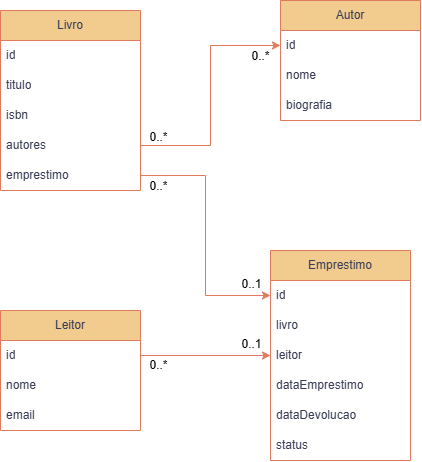
Before: src/main/resources/diagrama/biblioteca.png, a diagram exported from draw.io (WilkerVinicios/teste). Source tidied: cells renumbered, new cells last; positions are measured from the earlier drawing's top-left corner, leaving out a move shared by most shapes.
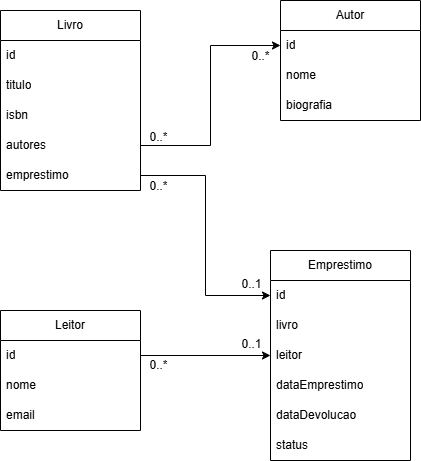
The same file after the commit.

Commit message:
Ajuste no arquivo para melhor visualização no repositorio.

What changed in the source:
```diff
@@ -2,94 +2,94 @@
   <root>
     <mxCell id="0" />
     <mxCell id="1" parent="0" />
-    <mxCell id="2" value="Livro" style="swimlane;fontStyle=0;horizontal=1;startSize=30;whiteSpace=wrap;html=1;labelBackgroundColor=none;fillColor=#F2CC8F;strokeColor=#E07A5F;fontColor=#393C56;rounded=0;" parent="1" vertex="1">
+    <mxCell id="2" value="Livro" style="swimlane;fontStyle=0;horizontal=1;startSize=30;whiteSpace=wrap;html=1;labelBackgroundColor=none;rounded=0;" parent="1" vertex="1">
       <mxGeometry y="10" width="140" height="180" as="geometry" />
     </mxCell>
-    <mxCell id="3" value="id" style="text;strokeColor=none;fillColor=none;align=left;verticalAlign=middle;spacingLeft=4;spacingRight=4;overflow=hidden;whiteSpace=wrap;html=1;labelBackgroundColor=none;fontColor=#393C56;rounded=0;" parent="2" vertex="1">
+    <mxCell id="3" value="id" style="text;strokeColor=none;fillColor=none;align=left;verticalAlign=middle;spacingLeft=4;spacingRight=4;overflow=hidden;whiteSpace=wrap;html=1;labelBackgroundColor=none;rounded=0;" parent="2" vertex="1">
       <mxGeometry y="30" width="140" height="30" as="geometry" />
     </mxCell>
-    <mxCell id="4" value="titulo" style="text;strokeColor=none;fillColor=none;align=left;verticalAlign=middle;spacingLeft=4;spacingRight=4;overflow=hidden;whiteSpace=wrap;html=1;labelBackgroundColor=none;fontColor=#393C56;rounded=0;" parent="2" vertex="1">
+    <mxCell id="4" value="titulo" style="text;strokeColor=none;fillColor=none;align=left;verticalAlign=middle;spacingLeft=4;spacingRight=4;overflow=hidden;whiteSpace=wrap;html=1;labelBackgroundColor=none;rounded=0;" parent="2" vertex="1">
       <mxGeometry y="60" width="140" height="30" as="geometry" />
     </mxCell>
-    <mxCell id="5" value="isbn" style="text;strokeColor=none;fillColor=none;align=left;verticalAlign=middle;spacingLeft=4;spacingRight=4;overflow=hidden;whiteSpace=wrap;html=1;labelBackgroundColor=none;fontColor=#393C56;rounded=0;" parent="2" vertex="1">
+    <mxCell id="5" value="isbn" style="text;strokeColor=none;fillColor=none;align=left;verticalAlign=middle;spacingLeft=4;spacingRight=4;overflow=hidden;whiteSpace=wrap;html=1;labelBackgroundColor=none;rounded=0;" parent="2" vertex="1">
       <mxGeometry y="90" width="140" height="30" as="geometry" />
     </mxCell>
-    <mxCell id="6" value="autores" style="text;strokeColor=none;fillColor=none;align=left;verticalAlign=middle;spacingLeft=4;spacingRight=4;overflow=hidden;points=[[0,0.5],[1,0.5]];portConstraint=eastwest;whiteSpace=wrap;html=1;labelBackgroundColor=none;fontColor=#393C56;rounded=0;" parent="2" vertex="1">
+    <mxCell id="6" value="autores" style="text;strokeColor=none;fillColor=none;align=left;verticalAlign=middle;spacingLeft=4;spacingRight=4;overflow=hidden;points=[[0,0.5],[1,0.5]];portConstraint=eastwest;whiteSpace=wrap;html=1;labelBackgroundColor=none;rounded=0;" parent="2" vertex="1">
       <mxGeometry y="120" width="140" height="30" as="geometry" />
     </mxCell>
-    <mxCell id="7" value="emprestimo" style="text;strokeColor=none;fillColor=none;align=left;verticalAlign=middle;spacingLeft=4;spacingRight=4;overflow=hidden;points=[[0,0.5],[1,0.5]];portConstraint=eastwest;whiteSpace=wrap;html=1;labelBackgroundColor=none;fontColor=#393C56;rounded=0;" parent="2" vertex="1">
+    <mxCell id="7" value="emprestimo" style="text;strokeColor=none;fillColor=none;align=left;verticalAlign=middle;spacingLeft=4;spacingRight=4;overflow=hidden;points=[[0,0.5],[1,0.5]];portConstraint=eastwest;whiteSpace=wrap;html=1;labelBackgroundColor=none;rounded=0;" parent="2" vertex="1">
       <mxGeometry y="150" width="140" height="30" as="geometry" />
     </mxCell>
-    <mxCell id="8" value="Autor" style="swimlane;fontStyle=0;horizontal=1;startSize=30;whiteSpace=wrap;html=1;labelBackgroundColor=none;fillColor=#F2CC8F;strokeColor=#E07A5F;fontColor=#393C56;rounded=0;" parent="1" vertex="1">
+    <mxCell id="8" value="Autor" style="swimlane;fontStyle=0;horizontal=1;startSize=30;whiteSpace=wrap;html=1;labelBackgroundColor=none;rounded=0;" parent="1" vertex="1">
       <mxGeometry x="280" width="140" height="120" as="geometry" />
     </mxCell>
-    <mxCell id="9" value="id" style="text;strokeColor=none;fillColor=none;align=left;verticalAlign=middle;spacingLeft=4;spacingRight=4;overflow=hidden;points=[[0,0.5],[1,0.5]];portConstraint=eastwest;whiteSpace=wrap;html=1;labelBackgroundColor=none;fontColor=#393C56;rounded=0;" parent="8" vertex="1">
+    <mxCell id="9" value="id" style="text;strokeColor=none;fillColor=none;align=left;verticalAlign=middle;spacingLeft=4;spacingRight=4;overflow=hidden;points=[[0,0.5],[1,0.5]];portConstraint=eastwest;whiteSpace=wrap;html=1;labelBackgroundColor=none;rounded=0;" parent="8" vertex="1">
       <mxGeometry y="30" width="140" height="30" as="geometry" />
     </mxCell>
-    <mxCell id="10" value="nome" style="text;strokeColor=none;fillColor=none;align=left;verticalAlign=middle;spacingLeft=4;spacingRight=4;overflow=hidden;whiteSpace=wrap;html=1;labelBackgroundColor=none;fontColor=#393C56;rounded=0;" parent="8" vertex="1">
+    <mxCell id="10" value="nome" style="text;strokeColor=none;fillColor=none;align=left;verticalAlign=middle;spacingLeft=4;spacingRight=4;overflow=hidden;whiteSpace=wrap;html=1;labelBackgroundColor=none;rounded=0;" parent="8" vertex="1">
       <mxGeometry y="60" width="140" height="30" as="geometry" />
     </mxCell>
-    <mxCell id="11" value="biografia" style="text;strokeColor=none;fillColor=none;align=left;verticalAlign=middle;spacingLeft=4;spacingRight=4;overflow=hidden;whiteSpace=wrap;html=1;labelBackgroundColor=none;fontColor=#393C56;rounded=0;" parent="8" vertex="1">
+    <mxCell id="11" value="biografia" style="text;strokeColor=none;fillColor=none;align=left;verticalAlign=middle;spacingLeft=4;spacingRight=4;overflow=hidden;whiteSpace=wrap;html=1;labelBackgroundColor=none;rounded=0;" parent="8" vertex="1">
       <mxGeometry y="90" width="140" height="30" as="geometry" />
     </mxCell>
-    <mxCell id="12" value="Leitor" style="swimlane;fontStyle=0;horizontal=1;startSize=30;whiteSpace=wrap;html=1;labelBackgroundColor=none;fillColor=#F2CC8F;strokeColor=#E07A5F;fontColor=#393C56;rounded=0;" parent="1" vertex="1">
+    <mxCell id="12" value="Leitor" style="swimlane;fontStyle=0;horizontal=1;startSize=30;whiteSpace=wrap;html=1;labelBackgroundColor=none;rounded=0;" parent="1" vertex="1">
       <mxGeometry y="310" width="140" height="120" as="geometry" />
     </mxCell>
-    <mxCell id="13" value="id" style="text;strokeColor=none;fillColor=none;align=left;verticalAlign=middle;spacingLeft=4;spacingRight=4;overflow=hidden;points=[[0,0.5],[1,0.5]];portConstraint=eastwest;whiteSpace=wrap;html=1;labelBackgroundColor=none;fontColor=#393C56;rounded=0;" parent="12" vertex="1">
+    <mxCell id="13" value="id" style="text;strokeColor=none;fillColor=none;align=left;verticalAlign=middle;spacingLeft=4;spacingRight=4;overflow=hidden;points=[[0,0.5],[1,0.5]];portConstraint=eastwest;whiteSpace=wrap;html=1;labelBackgroundColor=none;rounded=0;" parent="12" vertex="1">
       <mxGeometry y="30" width="140" height="30" as="geometry" />
     </mxCell>
-    <mxCell id="14" value="nome" style="text;strokeColor=none;fillColor=none;align=left;verticalAlign=middle;spacingLeft=4;spacingRight=4;overflow=hidden;whiteSpace=wrap;html=1;labelBackgroundColor=none;fontColor=#393C56;rounded=0;" parent="12" vertex="1">
+    <mxCell id="14" value="nome" style="text;strokeColor=none;fillColor=none;align=left;verticalAlign=middle;spacingLeft=4;spacingRight=4;overflow=hidden;whiteSpace=wrap;html=1;labelBackgroundColor=none;rounded=0;" parent="12" vertex="1">
       <mxGeometry y="60" width="140" height="30" as="geometry" />
     </mxCell>
-    <mxCell id="15" value="email" style="text;strokeColor=none;fillColor=none;align=left;verticalAlign=middle;spacingLeft=4;spacingRight=4;overflow=hidden;whiteSpace=wrap;html=1;labelBackgroundColor=none;fontColor=#393C56;rounded=0;" parent="12" vertex="1">
+    <mxCell id="15" value="email" style="text;strokeColor=none;fillColor=none;align=left;verticalAlign=middle;spacingLeft=4;spacingRight=4;overflow=hidden;whiteSpace=wrap;html=1;labelBackgroundColor=none;rounded=0;" parent="12" vertex="1">
       <mxGeometry y="90" width="140" height="30" as="geometry" />
     </mxCell>
-    <mxCell id="16" value="Emprestimo" style="swimlane;fontStyle=0;horizontal=1;startSize=30;whiteSpace=wrap;html=1;labelBackgroundColor=none;fillColor=#F2CC8F;strokeColor=#E07A5F;fontColor=#393C56;rounded=0;" parent="1" vertex="1">
+    <mxCell id="16" value="Emprestimo" style="swimlane;fontStyle=0;horizontal=1;startSize=30;whiteSpace=wrap;html=1;labelBackgroundColor=none;rounded=0;" parent="1" vertex="1">
       <mxGeometry x="270" y="250" width="140" height="210" as="geometry" />
     </mxCell>
-    <mxCell id="17" value="id" style="text;strokeColor=none;fillColor=none;align=left;verticalAlign=middle;spacingLeft=4;spacingRight=4;overflow=hidden;points=[[0,0.5],[1,0.5]];portConstraint=eastwest;whiteSpace=wrap;html=1;labelBackgroundColor=none;fontColor=#393C56;rounded=0;" parent="16" vertex="1">
+    <mxCell id="17" value="id" style="text;strokeColor=none;fillColor=none;align=left;verticalAlign=middle;spacingLeft=4;spacingRight=4;overflow=hidden;points=[[0,0.5],[1,0.5]];portConstraint=eastwest;whiteSpace=wrap;html=1;labelBackgroundColor=none;rounded=0;" parent="16" vertex="1">
       <mxGeometry y="30" width="140" height="30" as="geometry" />
     </mxCell>
-    <mxCell id="18" value="livro" style="text;strokeColor=none;fillColor=none;align=left;verticalAlign=middle;spacingLeft=4;spacingRight=4;overflow=hidden;whiteSpace=wrap;html=1;labelBackgroundColor=none;fontColor=#393C56;rounded=0;" parent="16" vertex="1">
+    <mxCell id="18" value="livro" style="text;strokeColor=none;fillColor=none;align=left;verticalAlign=middle;spacingLeft=4;spacingRight=4;overflow=hidden;whiteSpace=wrap;html=1;labelBackgroundColor=none;rounded=0;" parent="16" vertex="1">
       <mxGeometry y="60" width="140" height="30" as="geometry" />
     </mxCell>
-    <mxCell id="19" value="leitor" style="text;strokeColor=none;fillColor=none;align=left;verticalAlign=middle;spacingLeft=4;spacingRight=4;overflow=hidden;points=[[0,0.5],[1,0.5]];portConstraint=eastwest;whiteSpace=wrap;html=1;labelBackgroundColor=none;fontColor=#393C56;rounded=0;" parent="16" vertex="1">
+    <mxCell id="19" value="leitor" style="text;strokeColor=none;fillColor=none;align=left;verticalAlign=middle;spacingLeft=4;spacingRight=4;overflow=hidden;points=[[0,0.5],[1,0.5]];portConstraint=eastwest;whiteSpace=wrap;html=1;labelBackgroundColor=none;rounded=0;" parent="16" vertex="1">
       <mxGeometry y="90" width="140" height="30" as="geometry" />
     </mxCell>
-    <mxCell id="20" value="dataEmprestimo" style="text;strokeColor=none;fillColor=none;align=left;verticalAlign=middle;spacingLeft=4;spacingRight=4;overflow=hidden;whiteSpace=wrap;html=1;labelBackgroundColor=none;fontColor=#393C56;rounded=0;" parent="16" vertex="1">
+    <mxCell id="20" value="dataEmprestimo" style="text;strokeColor=none;fillColor=none;align=left;verticalAlign=middle;spacingLeft=4;spacingRight=4;overflow=hidden;whiteSpace=wrap;html=1;labelBackgroundColor=none;rounded=0;" parent="16" vertex="1">
       <mxGeometry y="120" width="140" height="30" as="geometry" />
     </mxCell>
-    <mxCell id="21" value="dataDevolucao" style="text;strokeColor=none;fillColor=none;align=left;verticalAlign=middle;spacingLeft=4;spacingRight=4;overflow=hidden;whiteSpace=wrap;html=1;labelBackgroundColor=none;fontColor=#393C56;rounded=0;" parent="16" vertex="1">
+    <mxCell id="21" value="dataDevolucao" style="text;strokeColor=none;fillColor=none;align=left;verticalAlign=middle;spacingLeft=4;spacingRight=4;overflow=hidden;whiteSpace=wrap;html=1;labelBackgroundColor=none;rounded=0;" parent="16" vertex="1">
       <mxGeometry y="150" width="140" height="30" as="geometry" />
     </mxCell>
-    <mxCell id="22" value="status" style="text;strokeColor=none;fillColor=none;align=left;verticalAlign=middle;spacingLeft=4;spacingRight=4;overflow=hidden;whiteSpace=wrap;html=1;labelBackgroundColor=none;fontColor=#393C56;rounded=0;" parent="16" vertex="1">
+    <mxCell id="22" value="status" style="text;strokeColor=none;fillColor=none;align=left;verticalAlign=middle;spacingLeft=4;spacingRight=4;overflow=hidden;whiteSpace=wrap;html=1;labelBackgroundColor=none;rounded=0;" parent="16" vertex="1">
       <mxGeometry y="180" width="140" height="30" as="geometry" />
     </mxCell>
-    <mxCell id="23" style="edgeStyle=orthogonalEdgeStyle;rounded=0;jettySize=auto;html=1;labelBackgroundColor=none;strokeColor=#E07A5F;fontColor=default;" parent="1" edge="1" source="6" target="9">
+    <mxCell id="23" style="edgeStyle=orthogonalEdgeStyle;rounded=0;jettySize=auto;html=1;labelBackgroundColor=none;fontColor=default;" parent="1" edge="1" source="6" target="9">
       <mxGeometry relative="1" as="geometry" />
     </mxCell>
-    <mxCell id="24" style="edgeStyle=orthogonalEdgeStyle;rounded=0;jettySize=auto;html=1;exitX=1;exitY=0.5;exitDx=0;exitDy=0;labelBackgroundColor=none;strokeColor=#E07A5F;fontColor=default;" parent="1" edge="1" source="7" target="17">
+    <mxCell id="24" style="edgeStyle=orthogonalEdgeStyle;rounded=0;jettySize=auto;html=1;exitX=1;exitY=0.5;exitDx=0;exitDy=0;labelBackgroundColor=none;fontColor=default;" parent="1" edge="1" source="7" target="17">
       <mxGeometry relative="1" as="geometry" />
     </mxCell>
-    <mxCell id="25" style="edgeStyle=orthogonalEdgeStyle;rounded=0;jettySize=auto;html=1;exitX=1;exitY=0.5;exitDx=0;exitDy=0;labelBackgroundColor=none;strokeColor=#E07A5F;fontColor=default;" parent="1" edge="1" source="13" target="19">
+    <mxCell id="25" style="edgeStyle=orthogonalEdgeStyle;rounded=0;jettySize=auto;html=1;exitX=1;exitY=0.5;exitDx=0;exitDy=0;labelBackgroundColor=none;fontColor=default;" parent="1" edge="1" source="13" target="19">
       <mxGeometry relative="1" as="geometry" />
     </mxCell>
-    <mxCell id="26" value="0..*" style="text;html=1;align=center;verticalAlign=middle;strokeColor=none;fillColor=none;" parent="1" vertex="1">
+    <mxCell id="26" value="0..*" style="text;html=1;align=center;verticalAlign=middle;strokeColor=none;fillColor=none;labelBackgroundColor=none;" parent="1" vertex="1">
       <mxGeometry x="140" y="352" width="36" height="26" as="geometry" />
     </mxCell>
-    <mxCell id="27" value="0..1" style="text;html=1;align=center;verticalAlign=middle;strokeColor=none;fillColor=none;" parent="1" vertex="1">
+    <mxCell id="27" value="0..1" style="text;html=1;align=center;verticalAlign=middle;strokeColor=none;fillColor=none;labelBackgroundColor=none;" parent="1" vertex="1">
       <mxGeometry x="232" y="331" width="38" height="26" as="geometry" />
     </mxCell>
-    <mxCell id="28" value="0..1" style="text;html=1;align=center;verticalAlign=middle;strokeColor=none;fillColor=none;" parent="1" vertex="1">
+    <mxCell id="28" value="0..1" style="text;html=1;align=center;verticalAlign=middle;strokeColor=none;fillColor=none;labelBackgroundColor=none;" parent="1" vertex="1">
       <mxGeometry x="232" y="271" width="38" height="26" as="geometry" />
     </mxCell>
-    <mxCell id="29" value="0..*" style="text;html=1;align=center;verticalAlign=middle;strokeColor=none;fillColor=none;" parent="1" vertex="1">
+    <mxCell id="29" value="0..*" style="text;html=1;align=center;verticalAlign=middle;strokeColor=none;fillColor=none;labelBackgroundColor=none;" parent="1" vertex="1">
       <mxGeometry x="140" y="173" width="36" height="26" as="geometry" />
     </mxCell>
-    <mxCell id="30" value="0..*" style="text;html=1;align=center;verticalAlign=middle;strokeColor=none;fillColor=none;" parent="1" vertex="1">
+    <mxCell id="30" value="0..*" style="text;html=1;align=center;verticalAlign=middle;strokeColor=none;fillColor=none;labelBackgroundColor=none;" parent="1" vertex="1">
       <mxGeometry x="140" y="124" width="36" height="26" as="geometry" />
     </mxCell>
-    <mxCell id="31" value="0..*" style="text;html=1;align=center;verticalAlign=middle;strokeColor=none;fillColor=none;" parent="1" vertex="1">
+    <mxCell id="31" value="0..*" style="text;html=1;align=center;verticalAlign=middle;strokeColor=none;fillColor=none;labelBackgroundColor=none;" parent="1" vertex="1">
       <mxGeometry x="242" y="43" width="36" height="26" as="geometry" />
     </mxCell>
   </root>
```
